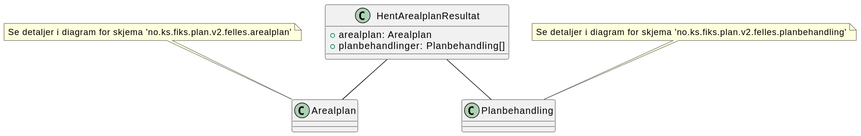
The PlantUML diagram Dokumentasjon/V2/ClassDiagrams/no.ks.fiks.plan.v2.innsyn.arealplan.hent.resultat/arealplan-hent-resultat.svg in ks-no/fiks-plan-specification, before a commit. Its diagram source:
```plantuml
@startuml
class HentArealplanResultat {
    +arealplan: Arealplan
    +planbehandlinger: Planbehandling[]
}

HentArealplanResultat -- Arealplan
HentArealplanResultat -- Planbehandling


note top of Arealplan : Se detaljer i diagram for skjema 'no.ks.fiks.plan.v2.felles.arealplan'
note top of Planbehandling : Se detaljer i diagram for skjema 'no.ks.fiks.plan.v2.felles.planbehandling'
@enduml
```
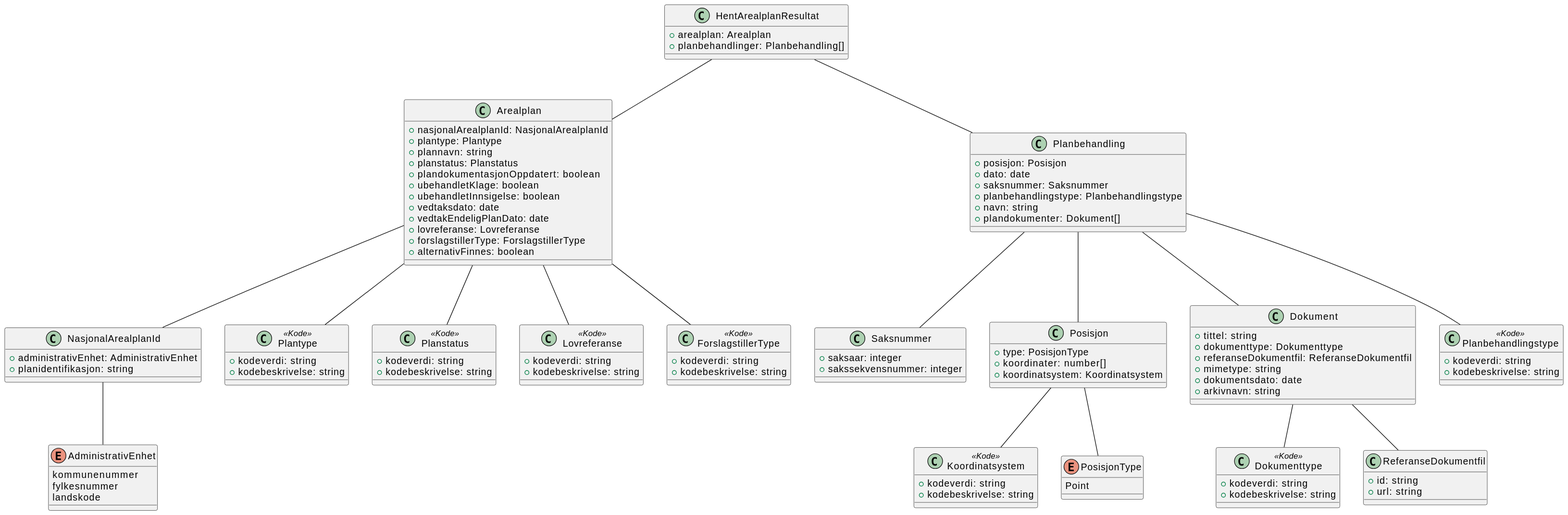
After the change.

The edit, as a diff of the source:
```diff
@@ -1,4 +1,7 @@
 @startuml
+!include ./../no.ks.fiks.plan.v2.felles.arealplan/arealplan.pu
+!include ./../no.ks.fiks.plan.v2.felles.planbehandling/planbehandling.pu
+
 class HentArealplanResultat {
     +arealplan: Arealplan
     +planbehandlinger: Planbehandling[]
@@ -6,8 +9,4 @@
 
 HentArealplanResultat -- Arealplan
 HentArealplanResultat -- Planbehandling
-
-
-note top of Arealplan : Se detaljer i diagram for skjema 'no.ks.fiks.plan.v2.felles.arealplan'
-note top of Planbehandling : Se detaljer i diagram for skjema 'no.ks.fiks.plan.v2.felles.planbehandling'
 @enduml
```
